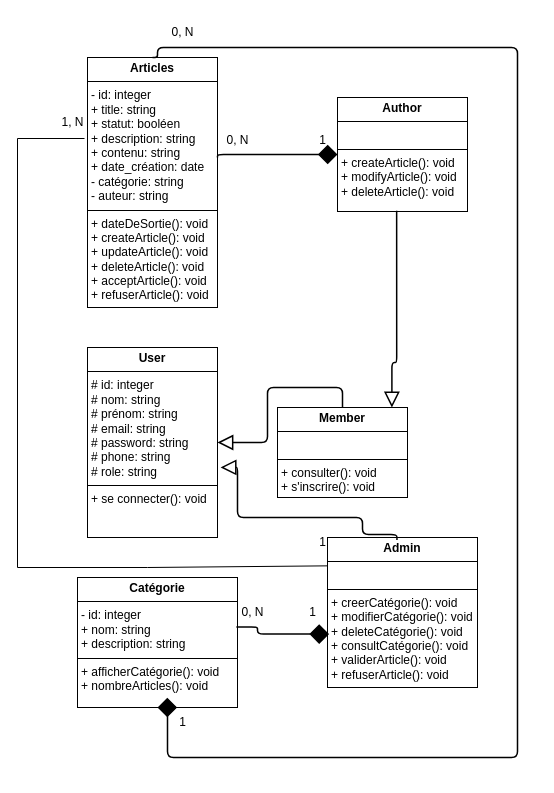
Abdellah-EL-malky/Cultures-Partag-es keeps this draw.io diagram as assets/UML/Classe.drawio. Above is the earlier version. Source tidied: cells renumbered, new cells numbered last; positions are measured from the earlier drawing's top-left corner, leaving out a move shared by most shapes. Both pictures are drawn from the tidied source at 100%, with x=0, y=0 at pixel (17, 17).
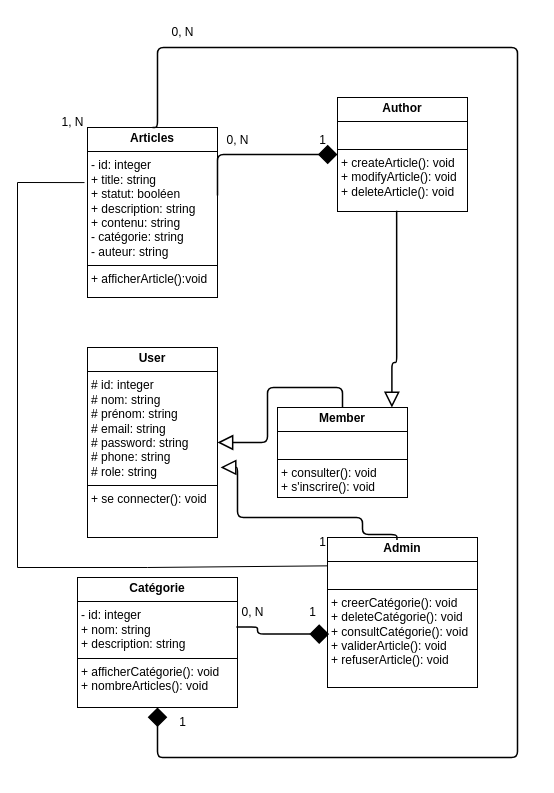
The same page after the edit.

The edit, as a diff of the source:
```diff
@@
-    <mxCell id="5" value="&lt;p style=&quot;margin:0px;margin-top:4px;text-align:center;&quot;&gt;&lt;b&gt;&lt;font color=&quot;#000000&quot;&gt;Admin&lt;/font&gt;&lt;/b&gt;&lt;/p&gt;&lt;hr size=&quot;1&quot; style=&quot;border-style:solid;&quot;&gt;&lt;p style=&quot;margin:0px;margin-left:4px;&quot;&gt;&lt;font color=&quot;#000000&quot;&gt;&lt;br&gt;&lt;/font&gt;&lt;/p&gt;&lt;hr size=&quot;1&quot; style=&quot;border-style:solid;&quot;&gt;&lt;p style=&quot;margin:0px;margin-left:4px;&quot;&gt;&lt;font color=&quot;#000000&quot;&gt;+ creerCatégorie(): void&lt;/font&gt;&lt;/p&gt;&lt;p style=&quot;margin:0px;margin-left:4px;&quot;&gt;&lt;font color=&quot;#000000&quot;&gt;+ modifierCatégorie&lt;span style=&quot;background-color: transparent;&quot;&gt;(): void&lt;/span&gt;&lt;/font&gt;&lt;/p&gt;&lt;p style=&quot;margin:0px;margin-left:4px;&quot;&gt;&lt;font color=&quot;#000000&quot;&gt;+ deleteCatégorie&lt;span style=&quot;background-color: transparent;&quot;&gt;(): void&lt;/span&gt;&lt;/font&gt;&lt;/p&gt;&lt;p style=&quot;margin:0px;margin-left:4px;&quot;&gt;&lt;font color=&quot;#000000&quot;&gt;+ consultCatégorie&lt;span style=&quot;background-color: transparent;&quot;&gt;(): void&lt;/span&gt;&lt;/font&gt;&lt;/p&gt;&lt;p style=&quot;margin:0px;margin-left:4px;&quot;&gt;&lt;font color=&quot;#000000&quot;&gt;+ validerArticle&lt;span style=&quot;background-color: transparent;&quot;&gt;(): void&lt;/span&gt;&lt;/font&gt;&lt;/p&gt;&lt;p style=&quot;margin:0px;margin-left:4px;&quot;&gt;&lt;font color=&quot;#000000&quot;&gt;+ refuserArticle&lt;span style=&quot;background-color: transparent;&quot;&gt;(): void&lt;/span&gt;&lt;/font&gt;&lt;/p&gt;" style="verticalAlign=top;align=left;overflow=fill;html=1;whiteSpace=wrap;strokeColor=#000000;fillColor=#FFFFFF;" parent="1" vertex="1">
+    <mxCell id="5" value="&lt;p style=&quot;margin:0px;margin-top:4px;text-align:center;&quot;&gt;&lt;b&gt;&lt;font color=&quot;#000000&quot;&gt;Admin&lt;/font&gt;&lt;/b&gt;&lt;/p&gt;&lt;hr size=&quot;1&quot; style=&quot;border-style:solid;&quot;&gt;&lt;p style=&quot;margin:0px;margin-left:4px;&quot;&gt;&lt;font color=&quot;#000000&quot;&gt;&lt;br&gt;&lt;/font&gt;&lt;/p&gt;&lt;hr size=&quot;1&quot; style=&quot;border-style:solid;&quot;&gt;&lt;p style=&quot;margin:0px;margin-left:4px;&quot;&gt;&lt;font color=&quot;#000000&quot;&gt;+ creerCatégorie(): void&lt;/font&gt;&lt;/p&gt;&lt;p style=&quot;margin:0px;margin-left:4px;&quot;&gt;&lt;span style=&quot;color: rgb(0, 0, 0); background-color: initial;&quot;&gt;+ deleteCatégorie&lt;/span&gt;&lt;span style=&quot;color: rgb(0, 0, 0); background-color: transparent;&quot;&gt;(): void&lt;/span&gt;&lt;br&gt;&lt;/p&gt;&lt;p style=&quot;margin:0px;margin-left:4px;&quot;&gt;&lt;font color=&quot;#000000&quot;&gt;+ consultCatégorie&lt;span style=&quot;background-color: transparent;&quot;&gt;(): void&lt;/span&gt;&lt;/font&gt;&lt;/p&gt;&lt;p style=&quot;margin:0px;margin-left:4px;&quot;&gt;&lt;font color=&quot;#000000&quot;&gt;+ validerArticle&lt;span style=&quot;background-color: transparent;&quot;&gt;(): void&lt;/span&gt;&lt;/font&gt;&lt;/p&gt;&lt;p style=&quot;margin:0px;margin-left:4px;&quot;&gt;&lt;font color=&quot;#000000&quot;&gt;+ refuserArticle&lt;span style=&quot;background-color: transparent;&quot;&gt;(): void&lt;/span&gt;&lt;/font&gt;&lt;/p&gt;&lt;p style=&quot;margin:0px;margin-left:4px;&quot;&gt;&lt;font color=&quot;#000000&quot;&gt;&lt;span style=&quot;background-color: transparent;&quot;&gt;&lt;br&gt;&lt;/span&gt;&lt;/font&gt;&lt;/p&gt;" style="verticalAlign=top;align=left;overflow=fill;html=1;whiteSpace=wrap;strokeColor=#000000;fillColor=#FFFFFF;" parent="1" vertex="1">
       <mxGeometry x="310" y="520" width="150" height="150" as="geometry" />
     </mxCell>
-    <mxCell id="6" value="&lt;p style=&quot;margin:0px;margin-top:4px;text-align:center;&quot;&gt;&lt;b&gt;&lt;font color=&quot;#000000&quot;&gt;Articles&lt;/font&gt;&lt;/b&gt;&lt;/p&gt;&lt;hr size=&quot;1&quot; style=&quot;border-style:solid;&quot;&gt;&lt;p style=&quot;margin:0px;margin-left:4px;&quot;&gt;&lt;font color=&quot;#000000&quot;&gt;- id: integer&lt;/font&gt;&lt;/p&gt;&lt;p style=&quot;margin:0px;margin-left:4px;&quot;&gt;&lt;font color=&quot;#000000&quot;&gt;+ title: string&lt;/font&gt;&lt;/p&gt;&lt;p style=&quot;margin:0px;margin-left:4px;&quot;&gt;&lt;font color=&quot;#000000&quot;&gt;+ statut: booléen&lt;/font&gt;&lt;/p&gt;&lt;p style=&quot;margin:0px;margin-left:4px;&quot;&gt;&lt;font color=&quot;#000000&quot;&gt;+ description: string&lt;/font&gt;&lt;/p&gt;&lt;p style=&quot;margin:0px;margin-left:4px;&quot;&gt;&lt;font color=&quot;#000000&quot;&gt;+ contenu: string&lt;/font&gt;&lt;/p&gt;&lt;p style=&quot;margin:0px;margin-left:4px;&quot;&gt;&lt;font color=&quot;#000000&quot;&gt;+ date_création: date&lt;/font&gt;&lt;/p&gt;&lt;p style=&quot;margin:0px;margin-left:4px;&quot;&gt;&lt;font color=&quot;#000000&quot;&gt;- catégorie: string&lt;/font&gt;&lt;/p&gt;&lt;p style=&quot;margin:0px;margin-left:4px;&quot;&gt;&lt;font color=&quot;#000000&quot;&gt;- auteur: string&lt;/font&gt;&lt;/p&gt;&lt;hr size=&quot;1&quot; style=&quot;border-style:solid;&quot;&gt;&lt;p style=&quot;margin:0px;margin-left:4px;&quot;&gt;&lt;font color=&quot;#000000&quot;&gt;+ dateDeSortie(): void&lt;/font&gt;&lt;/p&gt;&lt;p style=&quot;margin:0px;margin-left:4px;&quot;&gt;&lt;font color=&quot;#000000&quot;&gt;+ createArticle(): void&lt;/font&gt;&lt;/p&gt;&lt;p style=&quot;margin:0px;margin-left:4px;&quot;&gt;&lt;font color=&quot;#000000&quot;&gt;+ updateArticle&lt;span style=&quot;background-color: transparent;&quot;&gt;(): void&lt;/span&gt;&lt;/font&gt;&lt;/p&gt;&lt;p style=&quot;margin:0px;margin-left:4px;&quot;&gt;&lt;font color=&quot;#000000&quot;&gt;+ deleteArticle&lt;span style=&quot;background-color: transparent;&quot;&gt;(): void&lt;/span&gt;&lt;/font&gt;&lt;/p&gt;&lt;p style=&quot;margin:0px;margin-left:4px;&quot;&gt;&lt;font color=&quot;#000000&quot;&gt;+ acceptArticle&lt;span style=&quot;background-color: transparent;&quot;&gt;(): void&lt;/span&gt;&lt;/font&gt;&lt;/p&gt;&lt;p style=&quot;margin:0px;margin-left:4px;&quot;&gt;&lt;font color=&quot;#000000&quot;&gt;+ refuserArticle&lt;span style=&quot;background-color: transparent;&quot;&gt;(): void&lt;/span&gt;&lt;/font&gt;&lt;/p&gt;&lt;p style=&quot;margin:0px;margin-left:4px;&quot;&gt;&lt;font color=&quot;#000000&quot;&gt;&lt;br&gt;&lt;/font&gt;&lt;/p&gt;&lt;p style=&quot;margin:0px;margin-left:4px;&quot;&gt;&lt;br&gt;&lt;/p&gt;" style="verticalAlign=top;align=left;overflow=fill;html=1;whiteSpace=wrap;fillColor=#FFFFFF;strokeColor=#000000;" parent="1" vertex="1">
-      <mxGeometry x="70" y="40" width="130" height="250" as="geometry" />
+    <mxCell id="6" value="&lt;p style=&quot;margin:0px;margin-top:4px;text-align:center;&quot;&gt;&lt;b&gt;&lt;font color=&quot;#000000&quot;&gt;Articles&lt;/font&gt;&lt;/b&gt;&lt;/p&gt;&lt;hr size=&quot;1&quot; style=&quot;border-style:solid;&quot;&gt;&lt;p style=&quot;margin:0px;margin-left:4px;&quot;&gt;&lt;font color=&quot;#000000&quot;&gt;- id: integer&lt;/font&gt;&lt;/p&gt;&lt;p style=&quot;margin:0px;margin-left:4px;&quot;&gt;&lt;font color=&quot;#000000&quot;&gt;+ title: string&lt;/font&gt;&lt;/p&gt;&lt;p style=&quot;margin:0px;margin-left:4px;&quot;&gt;&lt;font color=&quot;#000000&quot;&gt;+ statut: booléen&lt;/font&gt;&lt;/p&gt;&lt;p style=&quot;margin:0px;margin-left:4px;&quot;&gt;&lt;font color=&quot;#000000&quot;&gt;+ description: string&lt;/font&gt;&lt;/p&gt;&lt;p style=&quot;margin:0px;margin-left:4px;&quot;&gt;&lt;font color=&quot;#000000&quot;&gt;+ contenu: string&lt;/font&gt;&lt;/p&gt;&lt;p style=&quot;margin:0px;margin-left:4px;&quot;&gt;&lt;span style=&quot;color: rgb(0, 0, 0); background-color: initial;&quot;&gt;- catégorie: string&lt;/span&gt;&lt;br&gt;&lt;/p&gt;&lt;p style=&quot;margin:0px;margin-left:4px;&quot;&gt;&lt;font color=&quot;#000000&quot;&gt;- auteur: string&lt;/font&gt;&lt;/p&gt;&lt;hr size=&quot;1&quot; style=&quot;border-style:solid;&quot;&gt;&lt;p style=&quot;margin:0px;margin-left:4px;&quot;&gt;&lt;span style=&quot;color: rgb(0, 0, 0); background-color: initial;&quot;&gt;+ afficherArticle():void&lt;/span&gt;&lt;br&gt;&lt;/p&gt;&lt;br&gt;&lt;p style=&quot;margin:0px;margin-left:4px;&quot;&gt;&lt;br&gt;&lt;/p&gt;" style="verticalAlign=top;align=left;overflow=fill;html=1;whiteSpace=wrap;fillColor=#FFFFFF;strokeColor=#000000;" parent="1" vertex="1">
+      <mxGeometry x="70" y="110" width="130" height="170" as="geometry" />
     </mxCell>
@@
     <mxCell id="20" style="endArrow=none;html=1;rounded=0;entryX=0.003;entryY=0.189;entryDx=0;entryDy=0;entryPerimeter=0;exitX=-0.023;exitY=0.324;exitDx=0;exitDy=0;exitPerimeter=0;strokeColor=#000000;" parent="1" edge="1" source="6" target="5">
       <mxGeometry relative="1" as="geometry">
         <Array as="points">
-          <mxPoint y="121" />
+          <mxPoint y="165" />
           <mxPoint y="550" />
           <mxPoint x="130" y="550" />
         </Array>
       </mxGeometry>
     </mxCell>
```
